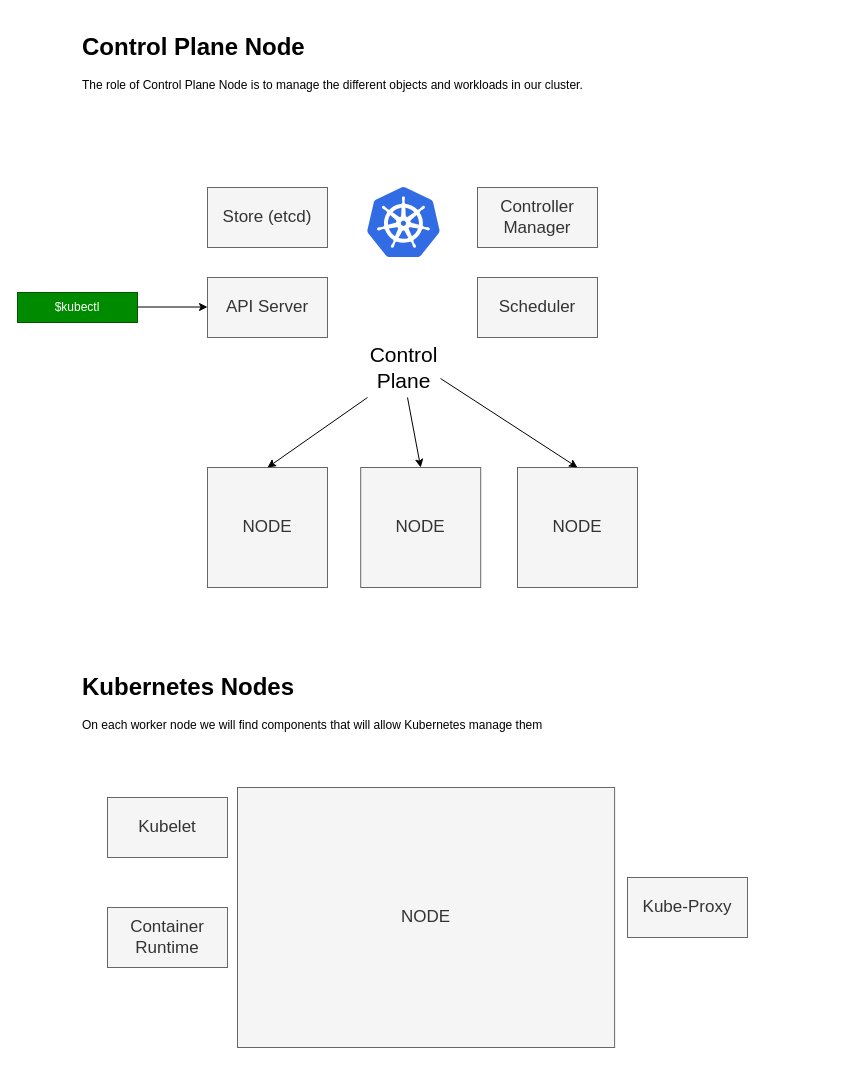
Above: page "Page-4" (4 of 5) of 01-k8s-basic-features/k8s-basics.drawio in Lemoncode/k8s-fundamentals (draw.io), before the change. Source tidied: cells renumbered, new cells numbered last; positions are measured from the earlier drawing's top-left corner, leaving out a move shared by most shapes. Both pictures are drawn from the tidied source at 100%, with x=0, y=0 at pixel (17, 27).
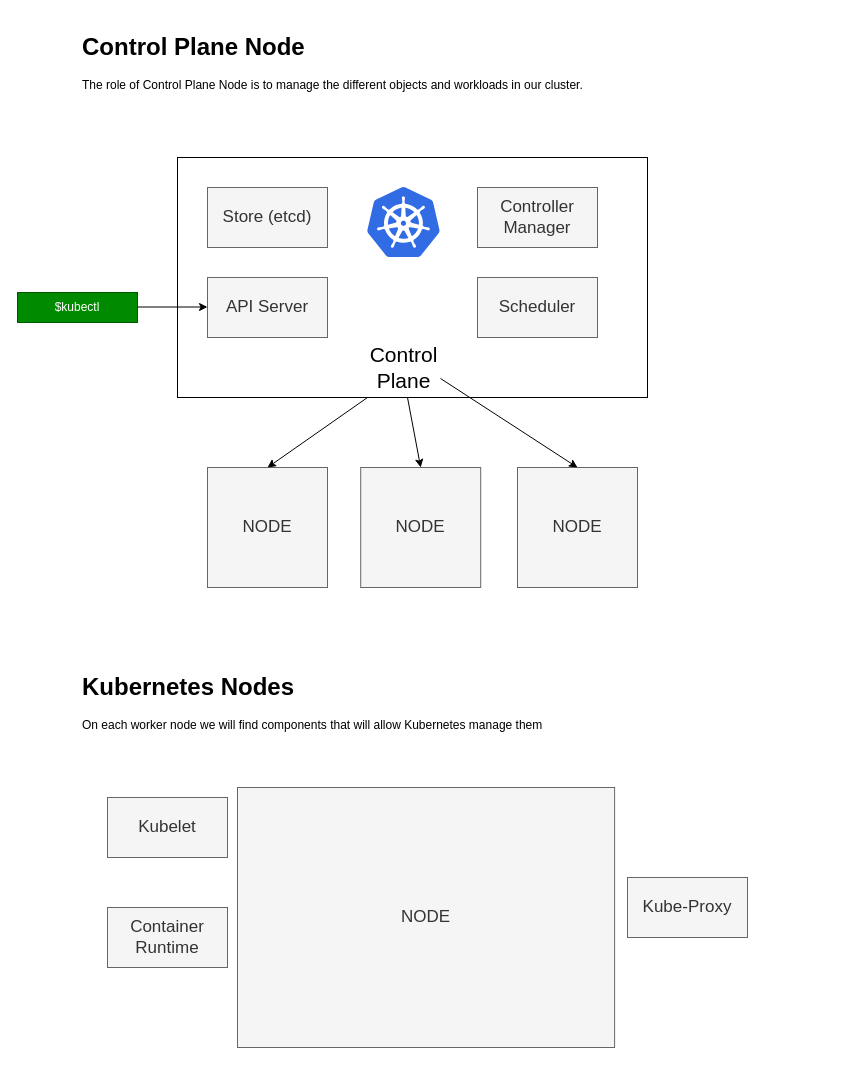
Above is the later version.

Change to the diagram source:
```diff
@@
+    <mxCell id="22" style="rounded=0;whiteSpace=wrap;html=1;" parent="1" vertex="1">
+      <mxGeometry x="160" y="130" width="470" height="240" as="geometry" />
+    </mxCell>
```
